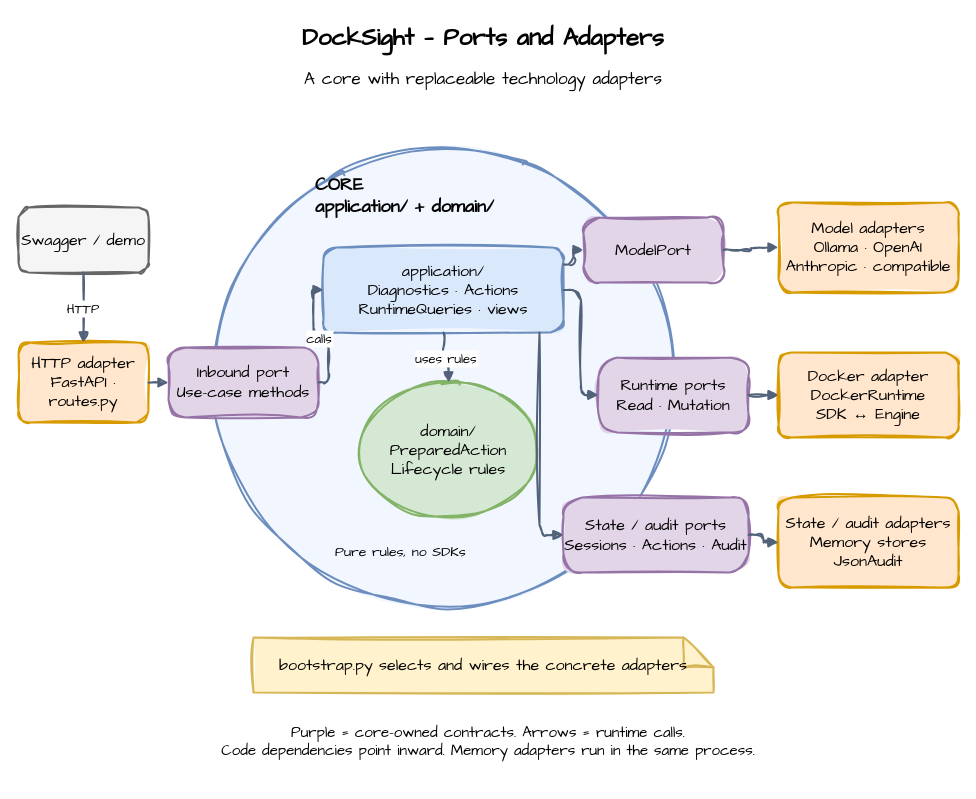
Earlier version of the draw.io diagram page "Hexagonal architecture" (2 of 9) of docs/diagrams/backend.drawio (Neizvestnyj/DockSight). Source tidied: cells renumbered, new cells numbered last; positions are measured from the earlier drawing's top-left corner, leaving out a move shared by most shapes. Both pictures are drawn from the tidied source at 100%, with x=0, y=0 at pixel (18, 17).
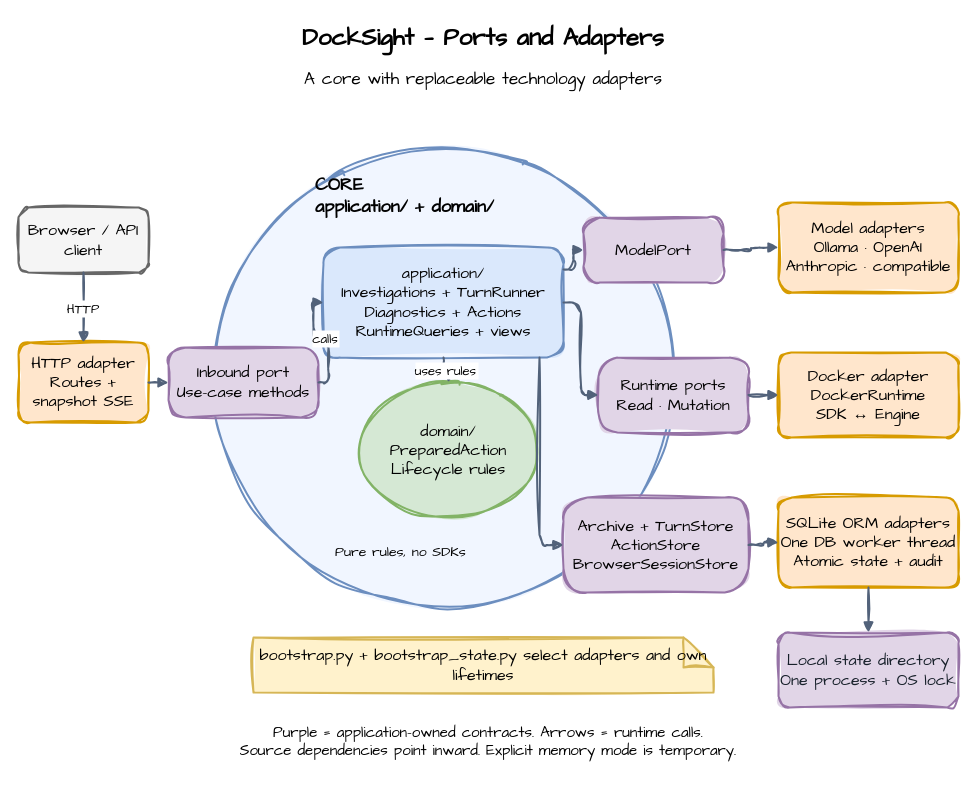
The same page after the edit.

Unchanged cells that the change refers to:
```xml
<mxCell id="4" style="group;html=0;" parent="1" vertex="1">
  <mxGeometry x="150" y="130" width="580" height="460" as="geometry" />
</mxCell>
```

Diff of the diagram source:
```diff
@@
-    <mxCell id="7" value="application/&#10;Diagnostics · Actions&#10;RuntimeQueries · views" style="whiteSpace=wrap;html=0;fontSize=16;strokeWidth=2;sketch=1;fillStyle=solid;curveFitting=1;jiggle=2;fontFamily=Architects Daughter;rounded=1;arcSize=15;fillColor=#DAE8FC;strokeColor=#6C8EBF;" parent="4" vertex="1">
-      <mxGeometry x="155" y="100" width="240" height="85" as="geometry" />
+    <mxCell id="7" value="application/&#10;Investigations + TurnRunner&#10;Diagnostics + Actions&#10;RuntimeQueries + views" style="whiteSpace=wrap;html=0;fontSize=16;strokeWidth=2;sketch=1;fillStyle=solid;curveFitting=1;jiggle=2;fontFamily=Architects Daughter;rounded=1;arcSize=15;fillColor=#DAE8FC;strokeColor=#6C8EBF;" parent="4" vertex="1">
+      <mxGeometry x="155" y="100" width="240" height="110" as="geometry" />
     </mxCell>
@@
-    <mxCell id="13" value="State / audit ports&#10;Sessions · Actions · Audit" style="whiteSpace=wrap;html=0;fontSize=16;strokeWidth=2;sketch=1;fillStyle=solid;curveFitting=1;jiggle=2;fontFamily=Architects Daughter;rounded=1;arcSize=25;fillColor=#E1D5E7;strokeColor=#9673A6;" parent="4" vertex="1">
-      <mxGeometry x="395" y="350" width="185" height="75" as="geometry" />
+    <mxCell id="13" value="Archive + TurnStore&#10;ActionStore&#10;BrowserSessionStore" style="whiteSpace=wrap;html=0;fontSize=16;strokeWidth=2;sketch=1;fillStyle=solid;curveFitting=1;jiggle=2;fontFamily=Architects Daughter;rounded=1;arcSize=25;fillColor=#E1D5E7;strokeColor=#9673A6;" parent="4" vertex="1">
+      <mxGeometry x="395" y="350" width="185" height="95" as="geometry" />
     </mxCell>
-    <mxCell id="14" value="Swagger / demo" style="whiteSpace=wrap;html=0;fontSize=16;strokeWidth=2;sketch=1;fillStyle=solid;curveFitting=1;jiggle=2;fontFamily=Architects Daughter;rounded=1;fillColor=#F5F5F5;strokeColor=#666666;" parent="1" vertex="1">
+    <mxCell id="14" value="Browser / API client" style="whiteSpace=wrap;html=0;fontSize=16;strokeWidth=2;sketch=1;fillStyle=solid;curveFitting=1;jiggle=2;fontFamily=Architects Daughter;rounded=1;fillColor=#F5F5F5;strokeColor=#666666;" parent="1" vertex="1">
       <mxGeometry y="190" width="130" height="65" as="geometry" />
     </mxCell>
-    <mxCell id="15" value="HTTP adapter&#10;FastAPI · routes.py" style="whiteSpace=wrap;html=0;fontSize=16;strokeWidth=2;sketch=1;fillStyle=solid;curveFitting=1;jiggle=2;fontFamily=Architects Daughter;rounded=1;fillColor=#FFE6CC;strokeColor=#D79B00;" parent="1" vertex="1">
+    <mxCell id="15" value="HTTP adapter&#10;Routes + snapshot SSE" style="whiteSpace=wrap;html=0;fontSize=16;strokeWidth=2;sketch=1;fillStyle=solid;curveFitting=1;jiggle=2;fontFamily=Architects Daughter;rounded=1;fillColor=#FFE6CC;strokeColor=#D79B00;" parent="1" vertex="1">
       <mxGeometry y="325" width="130" height="80" as="geometry" />
     </mxCell>
@@
-    <mxCell id="18" value="State / audit adapters&#10;Memory stores&#10;JsonAudit" style="whiteSpace=wrap;html=0;fontSize=16;strokeWidth=2;sketch=1;fillStyle=solid;curveFitting=1;jiggle=2;fontFamily=Architects Daughter;rounded=1;fillColor=#FFE6CC;strokeColor=#D79B00;" parent="1" vertex="1">
+    <mxCell id="18" value="SQLite ORM adapters&#10;One DB worker thread&#10;Atomic state + audit" style="whiteSpace=wrap;html=0;fontSize=16;strokeWidth=2;sketch=1;fillStyle=solid;curveFitting=1;jiggle=2;fontFamily=Architects Daughter;rounded=1;fillColor=#FFE6CC;strokeColor=#D79B00;" parent="1" vertex="1">
       <mxGeometry x="760" y="480" width="180" height="90" as="geometry" />
     </mxCell>
-    <mxCell id="19" value="bootstrap.py selects and wires the concrete adapters" style="whiteSpace=wrap;html=0;fontSize=16;strokeWidth=2;sketch=1;fillStyle=solid;curveFitting=1;jiggle=2;fontFamily=Architects Daughter;shape=note;fillColor=#FFF2CC;strokeColor=#D6B656;fontSize=16;" parent="1" vertex="1">
+    <mxCell id="19" value="bootstrap.py + bootstrap_state.py select adapters and own lifetimes" style="whiteSpace=wrap;html=0;fontSize=16;strokeWidth=2;sketch=1;fillStyle=solid;curveFitting=1;jiggle=2;fontFamily=Architects Daughter;shape=note;fillColor=#FFF2CC;strokeColor=#D6B656;fontSize=16;" parent="1" vertex="1">
       <mxGeometry x="235" y="620" width="460" height="55" as="geometry" />
     </mxCell>
-    <mxCell id="20" value="Purple = core-owned contracts. Arrows = runtime calls.&#10;Code dependencies point inward. Memory adapters run in the same process." style="whiteSpace=wrap;html=0;fontSize=16;strokeWidth=2;sketch=1;fillStyle=solid;curveFitting=1;jiggle=2;fontFamily=Architects Daughter;text;strokeColor=none;fillColor=none;fontSize=15;align=center;" parent="1" vertex="1">
+    <mxCell id="20" value="Purple = application-owned contracts. Arrows = runtime calls.&#10;Source dependencies point inward. Explicit memory mode is temporary." style="whiteSpace=wrap;html=0;fontSize=16;strokeWidth=2;sketch=1;fillStyle=solid;curveFitting=1;jiggle=2;fontFamily=Architects Daughter;text;strokeColor=none;fillColor=none;fontSize=15;align=center;" parent="1" vertex="1">
       <mxGeometry x="15" y="700" width="910" height="65" as="geometry" />
     </mxCell>
@@
+    <mxCell id="31" value="Local state directory&#10;One process + OS lock" style="whiteSpace=wrap;html=0;align=center;verticalAlign=middle;fontSize=16;fontColor=#17202A;strokeWidth=2;sketch=1;fillStyle=solid;curveFitting=1;jiggle=2;fontFamily=Architects Daughter;rounded=1;fillColor=#E1D5E7;strokeColor=#9673A6;" parent="1" vertex="1">
+      <mxGeometry x="760" y="615" width="180" height="75" as="geometry" />
+    </mxCell>
+    <mxCell id="32" style="whiteSpace=wrap;html=0;align=center;verticalAlign=middle;fontSize=16;fontColor=#17202A;strokeWidth=2;sketch=1;fillStyle=solid;curveFitting=1;jiggle=2;fontFamily=Architects Daughter;edgeStyle=orthogonalEdgeStyle;rounded=1;endArrow=block;endFill=1;strokeColor=#52627A;" parent="1" edge="1" source="18" target="31">
+      <mxGeometry relative="1" as="geometry" />
+    </mxCell>
```
